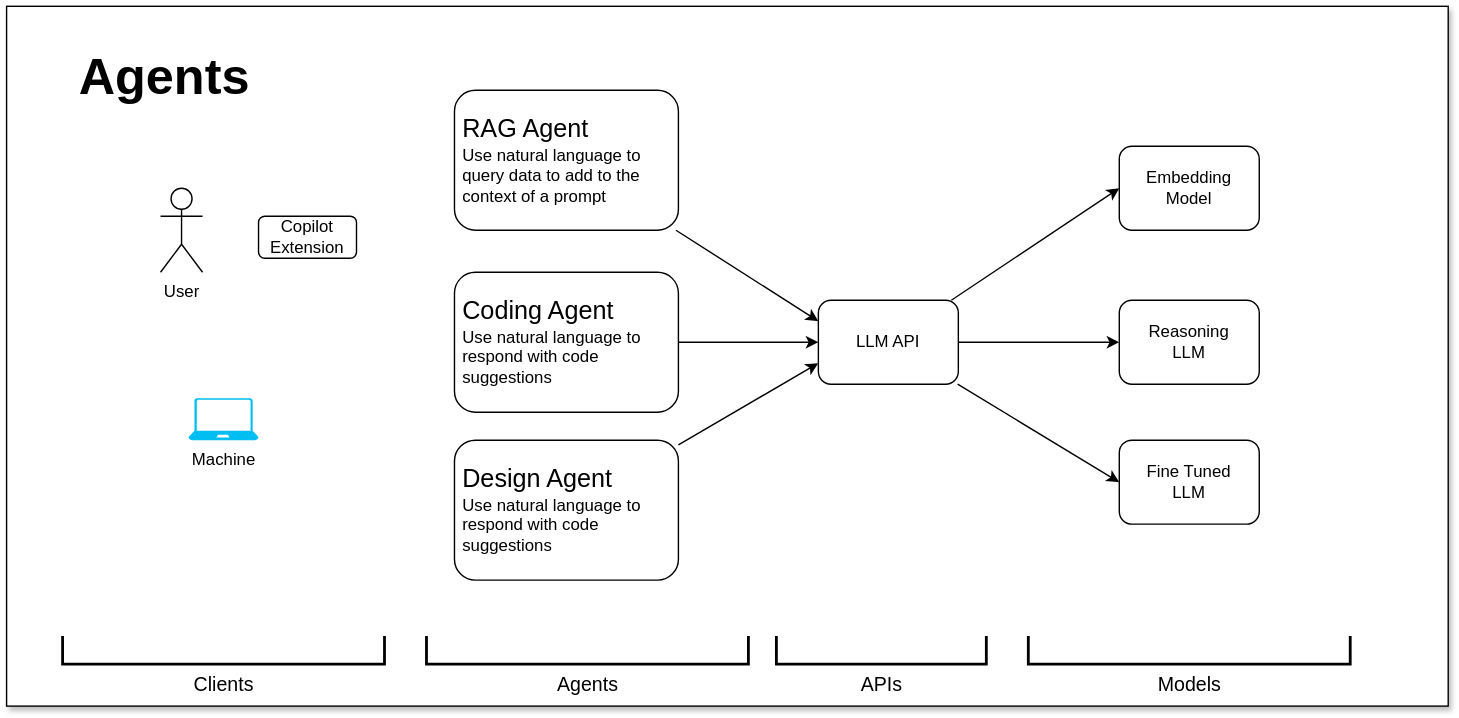
The draw.io diagram docs/images/next/agents.drawio.svg in hakoneriksson/gh-copilot-workshop, before a commit. Source tidied: cells renumbered, new cells last; positions are measured from the earlier drawing's top-left corner, leaving out a move shared by most shapes.
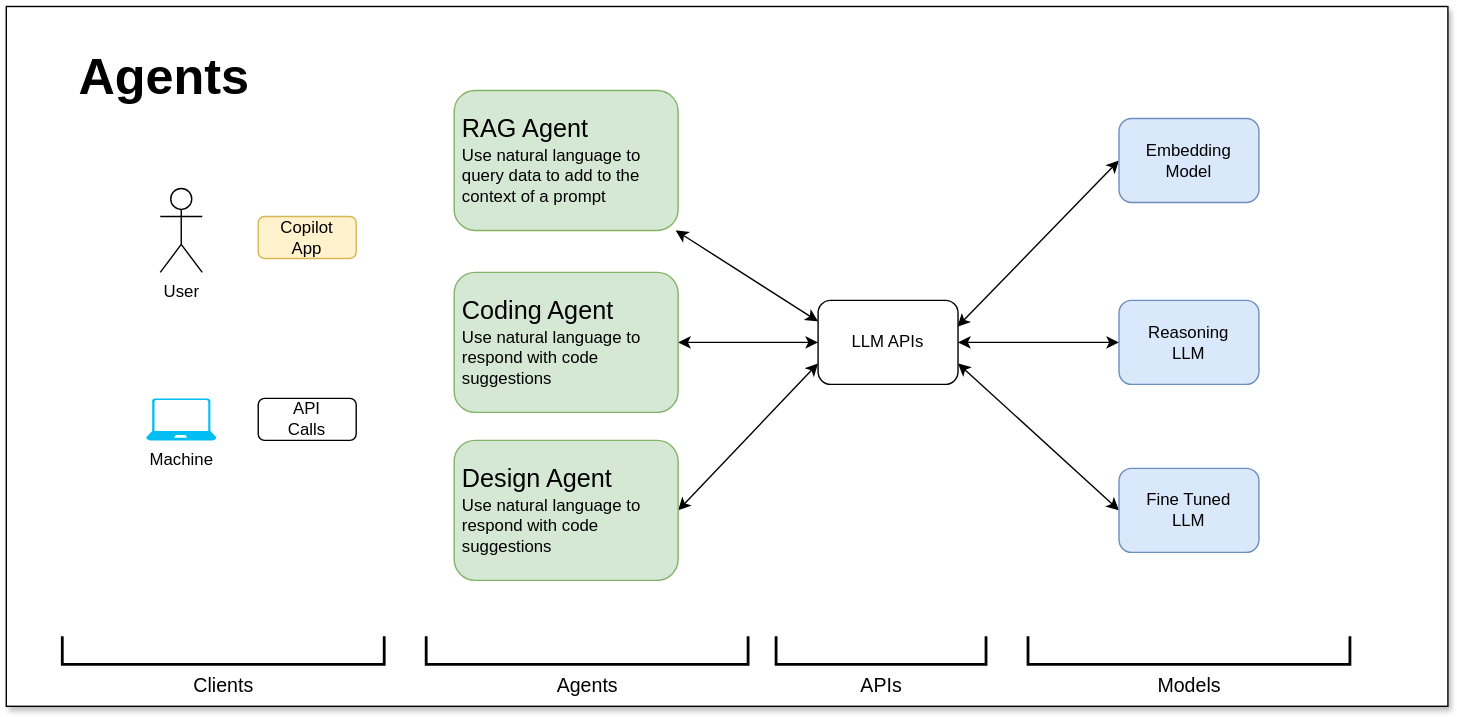
The same diagram one commit later.

Commit message:
Add agents and skillsets

What changed in the source:
```diff
@@ -5,13 +5,13 @@
     <mxCell id="2" style="rounded=0;whiteSpace=wrap;html=1;shadow=1;" parent="1" vertex="1">
       <mxGeometry width="1030" height="500" as="geometry" />
     </mxCell>
-    <mxCell id="3" style="edgeStyle=none;html=1;entryX=0;entryY=0.25;entryDx=0;entryDy=0;" parent="1" edge="1" source="4" target="13">
+    <mxCell id="3" style="edgeStyle=none;html=1;startArrow=classic;startFill=1;entryX=0;entryY=0.25;entryDx=0;entryDy=0;" parent="1" edge="1" source="4" target="13">
       <mxGeometry relative="1" as="geometry" />
     </mxCell>
-    <mxCell id="4" value="&lt;span style=&quot;font-size: 18px;&quot;&gt;RAG Agent&lt;/span&gt;&lt;br&gt;Use natural language to query data to add to the context of a prompt" style="rounded=1;whiteSpace=wrap;html=1;align=left;perimeterSpacing=0;strokeWidth=1;spacingTop=0;spacingLeft=4;" parent="1" vertex="1">
+    <mxCell id="4" value="&lt;span style=&quot;font-size: 18px;&quot;&gt;RAG Agent&lt;/span&gt;&lt;br&gt;Use natural language to query data to add to the context of a prompt" style="rounded=1;whiteSpace=wrap;html=1;align=left;perimeterSpacing=0;strokeWidth=1;spacingTop=0;spacingLeft=4;fillColor=#d5e8d4;strokeColor=#82b366;" parent="1" vertex="1">
       <mxGeometry x="320" y="60" width="160" height="100" as="geometry" />
     </mxCell>
-    <mxCell id="5" value="Reasoning&lt;br&gt;LLM" style="rounded=1;whiteSpace=wrap;html=1;" parent="1" vertex="1">
+    <mxCell id="5" value="Reasoning&lt;br&gt;LLM" style="rounded=1;whiteSpace=wrap;html=1;fillColor=#dae8fc;strokeColor=#6c8ebf;" parent="1" vertex="1">
       <mxGeometry x="795" y="210" width="100" height="60" as="geometry" />
     </mxCell>
     <mxCell id="6" value="&lt;font style=&quot;font-size: 14px;&quot;&gt;Agents&lt;/font&gt;" style="strokeWidth=2;html=1;shape=mxgraph.flowchart.annotation_1;align=center;shadow=0;strokeColor=#000000;fontSize=12;fontColor=#000000;fillColor=#FFFFFF;direction=north;verticalAlign=top;labelPosition=center;verticalLabelPosition=bottom;" parent="1" vertex="1">
@@ -26,36 +26,36 @@
     <mxCell id="9" value="&lt;span style=&quot;font-size: 36px;&quot;&gt;Agents&lt;/span&gt;" style="text;strokeColor=none;fillColor=none;html=1;fontSize=24;fontStyle=1;verticalAlign=middle;align=left;" parent="1" vertex="1">
       <mxGeometry x="50" y="30" width="620" height="40" as="geometry" />
     </mxCell>
-    <mxCell id="10" style="edgeStyle=none;html=1;entryX=0;entryY=0.5;entryDx=0;entryDy=0;" parent="1" edge="1" source="13" target="15">
+    <mxCell id="10" style="edgeStyle=none;html=1;entryX=0;entryY=0.5;entryDx=0;entryDy=0;startArrow=classic;startFill=1;exitX=0.996;exitY=0.313;exitDx=0;exitDy=0;exitPerimeter=0;" parent="1" edge="1" source="13" target="15">
       <mxGeometry relative="1" as="geometry" />
     </mxCell>
-    <mxCell id="11" style="edgeStyle=none;html=1;entryX=0;entryY=0.5;entryDx=0;entryDy=0;" parent="1" edge="1" source="13" target="5">
+    <mxCell id="11" style="edgeStyle=none;html=1;entryX=0;entryY=0.5;entryDx=0;entryDy=0;startArrow=classic;startFill=1;" parent="1" edge="1" source="13" target="5">
       <mxGeometry relative="1" as="geometry" />
     </mxCell>
-    <mxCell id="12" style="edgeStyle=none;html=1;entryX=0;entryY=0.5;entryDx=0;entryDy=0;" parent="1" edge="1" source="13" target="14">
+    <mxCell id="12" style="edgeStyle=none;html=1;entryX=0;entryY=0.5;entryDx=0;entryDy=0;exitX=1;exitY=0.75;exitDx=0;exitDy=0;startArrow=classic;startFill=1;" parent="1" edge="1" source="13" target="14">
       <mxGeometry relative="1" as="geometry" />
     </mxCell>
-    <mxCell id="13" value="LLM API" style="rounded=1;whiteSpace=wrap;html=1;" parent="1" vertex="1">
+    <mxCell id="13" value="LLM APIs" style="rounded=1;whiteSpace=wrap;html=1;" parent="1" vertex="1">
       <mxGeometry x="580" y="210" width="100" height="60" as="geometry" />
     </mxCell>
-    <mxCell id="14" value="Fine Tuned&lt;br&gt;LLM" style="rounded=1;whiteSpace=wrap;html=1;" parent="1" vertex="1">
-      <mxGeometry x="795" y="310" width="100" height="60" as="geometry" />
+    <mxCell id="14" value="Fine Tuned&lt;br&gt;LLM" style="rounded=1;whiteSpace=wrap;html=1;fillColor=#dae8fc;strokeColor=#6c8ebf;" parent="1" vertex="1">
+      <mxGeometry x="795" y="330" width="100" height="60" as="geometry" />
     </mxCell>
-    <mxCell id="15" value="Embedding&lt;br&gt;Model" style="rounded=1;whiteSpace=wrap;html=1;" parent="1" vertex="1">
-      <mxGeometry x="795" y="100" width="100" height="60" as="geometry" />
+    <mxCell id="15" value="Embedding&lt;br&gt;Model" style="rounded=1;whiteSpace=wrap;html=1;fillColor=#dae8fc;strokeColor=#6c8ebf;" parent="1" vertex="1">
+      <mxGeometry x="795" y="80" width="100" height="60" as="geometry" />
     </mxCell>
-    <mxCell id="16" style="edgeStyle=none;html=1;" parent="1" edge="1" source="17">
+    <mxCell id="16" style="edgeStyle=none;html=1;startArrow=classic;startFill=1;" parent="1" edge="1" source="17">
       <mxGeometry relative="1" as="geometry">
         <mxPoint x="580" y="240" as="targetPoint" />
       </mxGeometry>
     </mxCell>
-    <mxCell id="17" value="&lt;span style=&quot;font-size: 18px;&quot;&gt;Coding Agent&lt;/span&gt;&lt;br&gt;Use natural language to respond with code suggestions" style="rounded=1;whiteSpace=wrap;html=1;align=left;perimeterSpacing=0;strokeWidth=1;spacingTop=0;spacingLeft=4;" parent="1" vertex="1">
+    <mxCell id="17" value="&lt;span style=&quot;font-size: 18px;&quot;&gt;Coding Agent&lt;/span&gt;&lt;br&gt;Use natural language to respond with code suggestions" style="rounded=1;whiteSpace=wrap;html=1;align=left;perimeterSpacing=0;strokeWidth=1;spacingTop=0;spacingLeft=4;fillColor=#d5e8d4;strokeColor=#82b366;" parent="1" vertex="1">
       <mxGeometry x="320" y="190" width="160" height="100" as="geometry" />
     </mxCell>
-    <mxCell id="18" style="edgeStyle=none;html=1;entryX=0;entryY=0.75;entryDx=0;entryDy=0;" parent="1" edge="1" source="19" target="13">
+    <mxCell id="18" style="edgeStyle=none;html=1;entryX=0;entryY=0.75;entryDx=0;entryDy=0;exitX=1;exitY=0.5;exitDx=0;exitDy=0;startArrow=classic;startFill=1;" parent="1" edge="1" source="19" target="13">
       <mxGeometry relative="1" as="geometry" />
     </mxCell>
-    <mxCell id="19" value="&lt;span style=&quot;font-size: 18px;&quot;&gt;Design Agent&lt;/span&gt;&lt;br&gt;Use natural language to respond with code suggestions" style="rounded=1;whiteSpace=wrap;html=1;align=left;perimeterSpacing=0;strokeWidth=1;spacingTop=0;spacingLeft=4;" parent="1" vertex="1">
+    <mxCell id="19" value="&lt;span style=&quot;font-size: 18px;&quot;&gt;Design Agent&lt;/span&gt;&lt;br&gt;Use natural language to respond with code suggestions" style="rounded=1;whiteSpace=wrap;html=1;align=left;perimeterSpacing=0;strokeWidth=1;spacingTop=0;spacingLeft=4;fillColor=#d5e8d4;strokeColor=#82b366;" parent="1" vertex="1">
       <mxGeometry x="320" y="310" width="160" height="100" as="geometry" />
     </mxCell>
     <mxCell id="20" value="User" style="shape=umlActor;verticalLabelPosition=bottom;verticalAlign=top;html=1;" parent="1" vertex="1">
@@ -65,10 +65,13 @@
       <mxGeometry x="40" y="450" width="230" height="20" as="geometry" />
     </mxCell>
     <mxCell id="22" value="Machine" style="verticalLabelPosition=bottom;html=1;verticalAlign=top;align=center;strokeColor=none;fillColor=#00BEF2;shape=mxgraph.azure.laptop;" parent="1" vertex="1">
-      <mxGeometry x="130" y="280" width="50" height="30" as="geometry" />
+      <mxGeometry x="100" y="280" width="50" height="30" as="geometry" />
     </mxCell>
-    <mxCell id="23" value="Copilot&lt;br&gt;Extension" style="rounded=1;whiteSpace=wrap;html=1;" parent="1" vertex="1">
+    <mxCell id="23" value="Copilot&lt;br&gt;App" style="rounded=1;whiteSpace=wrap;html=1;fillColor=#fff2cc;strokeColor=#d6b656;" parent="1" vertex="1">
       <mxGeometry x="180" y="150" width="70" height="30" as="geometry" />
     </mxCell>
+    <mxCell id="24" value="API&lt;br&gt;Calls" style="rounded=1;whiteSpace=wrap;html=1;" parent="1" vertex="1">
+      <mxGeometry x="180" y="280" width="70" height="30" as="geometry" />
+    </mxCell>
   </root>
 </mxGraphModel>
```
